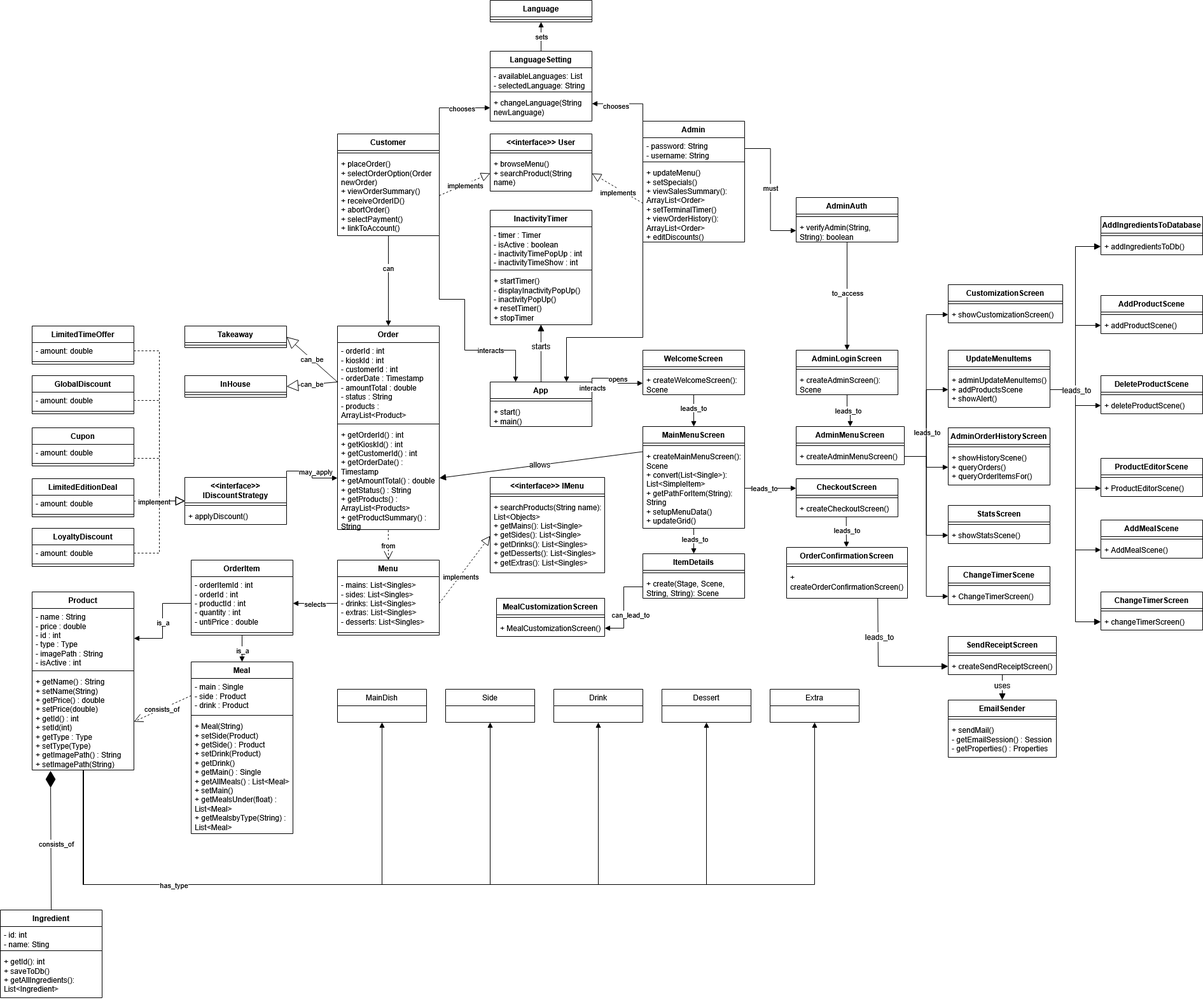
AF2310/KIOSK keeps this draw.io diagram as references/Class_Sp22.png. Above is the earlier version. Source tidied: cells renumbered, new cells last; positions are measured from the earlier drawing's top-left corner, leaving out a move shared by most shapes.
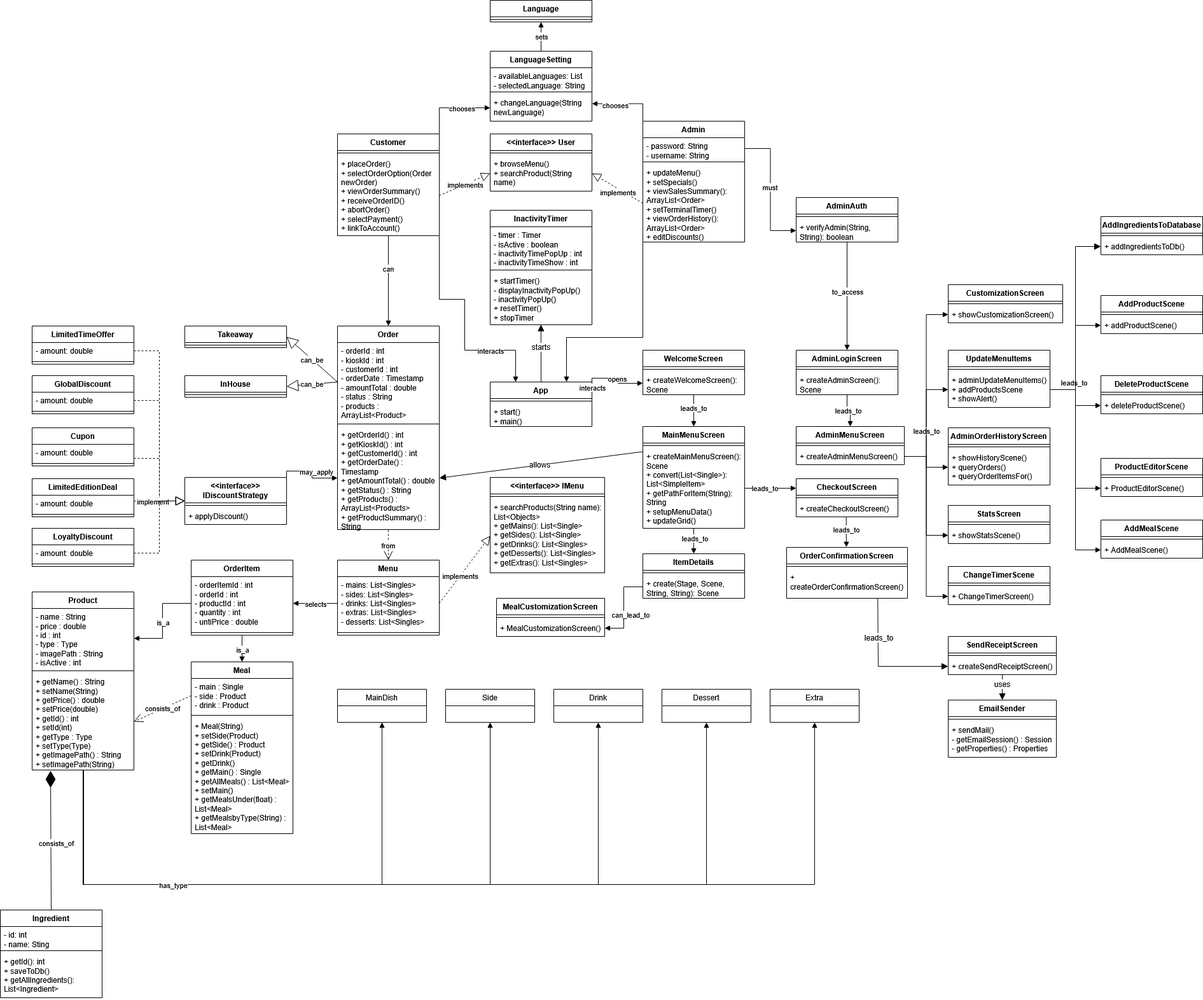
The same file after the commit.

Diff of the diagram source:
```diff
@@ -673,6 +673,11 @@
     <mxCell id="194" style="endArrow=block;endFill=1;html=1;edgeStyle=orthogonalEdgeStyle;align=left;verticalAlign=top;rounded=0;exitX=1;exitY=0.5;exitDx=0;exitDy=0;entryX=0;entryY=0.5;entryDx=0;entryDy=0;" parent="1" edge="1" source="133" target="193">
       <mxGeometry x="-1" relative="1" as="geometry" />
     </mxCell>
+    <mxCell id="213" value="leads_to" style="edgeLabel;html=1;align=center;verticalAlign=middle;" parent="194" vertex="1">
+      <mxGeometry x="0.6" y="-3" relative="1" as="geometry">
+        <mxPoint y="-237" as="offset" />
+      </mxGeometry>
+    </mxCell>
     <mxCell id="195" value="ChangeTimerScene" style="swimlane;fontStyle=1;align=center;verticalAlign=top;horizontal=1;startSize=26;whiteSpace=wrap;html=1;" parent="1" vertex="1">
       <mxGeometry x="1490" y="890" width="160" height="60" as="geometry" />
     </mxCell>
@@ -720,29 +725,6 @@
         </Array>
       </mxGeometry>
     </mxCell>
-    <mxCell id="209" value="ChangeTimerScreen" style="swimlane;fontStyle=1;align=center;verticalAlign=top;horizontal=1;startSize=26;whiteSpace=wrap;html=1;" parent="1" vertex="1">
-      <mxGeometry x="1730" y="930" width="160" height="60" as="geometry" />
-    </mxCell>
-    <mxCell id="210" style="line;strokeWidth=1;fillColor=none;align=left;verticalAlign=middle;spacingTop=-1;spacingLeft=3;spacingRight=3;labelPosition=right;strokeColor=inherit;" parent="209" vertex="1">
-      <mxGeometry y="26" width="160" height="8" as="geometry" />
-    </mxCell>
-    <mxCell id="211" value="+ changeTimerScreen()" style="text;strokeColor=none;fillColor=none;align=left;verticalAlign=top;spacingLeft=4;spacingRight=4;overflow=hidden;points=[[0,0.5],[1,0.5]];portConstraint=eastwest;whiteSpace=wrap;html=1;" parent="209" vertex="1">
-      <mxGeometry y="34" width="160" height="26" as="geometry" />
-    </mxCell>
-    <mxCell id="212" style="endArrow=block;endFill=1;html=1;align=left;verticalAlign=top;rounded=0;fontSize=12;startSize=8;endSize=8;exitX=1;exitY=0.5;exitDx=0;exitDy=0;entryX=0;entryY=0.5;entryDx=0;entryDy=0;" parent="1" edge="1" source="133" target="211">
-      <mxGeometry x="-1" relative="1" as="geometry">
-        <Array as="points">
-          <mxPoint x="1690" y="612" />
-          <mxPoint x="1690" y="864" />
-          <mxPoint x="1690" y="977" />
-        </Array>
-      </mxGeometry>
-    </mxCell>
-    <mxCell id="213" value="leads_to" style="edgeLabel;html=1;align=center;verticalAlign=middle;fontSize=12;" parent="212" vertex="1">
-      <mxGeometry x="0.72" y="1" relative="1" as="geometry">
-        <mxPoint y="-342" as="offset" />
-      </mxGeometry>
-    </mxCell>
     <mxCell id="214" value="SendReceiptScreen" style="swimlane;fontStyle=1;align=center;verticalAlign=top;horizontal=1;startSize=26;whiteSpace=wrap;html=1;" parent="1" vertex="1">
       <mxGeometry x="1490" y="1000" width="170" height="60" as="geometry" />
     </mxCell>
```
